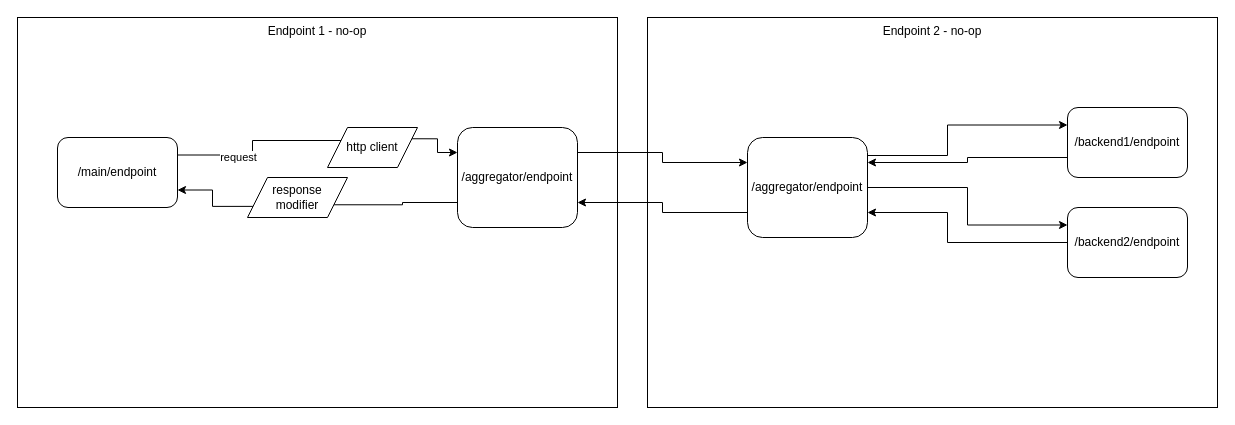
mldedalus/diagrams keeps this draw.io diagram as general/Untitled Diagram.drawio. Above is the earlier version. Source tidied: cells renumbered, new cells numbered last; positions are measured from the earlier drawing's top-left corner, leaving out a move shared by most shapes. Both pictures are drawn from the tidied source at 100%, with x=0, y=0 at pixel (17, 17).
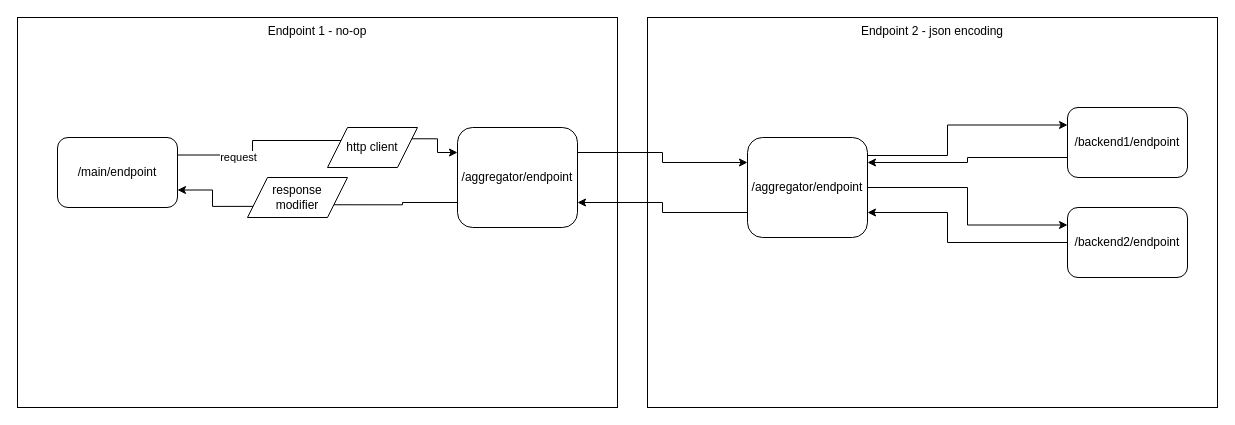
The same page after the edit.

What changed in the source:
```diff
@@
-    <mxCell id="7" value="Endpoint 2 - no-op" style="rounded=0;whiteSpace=wrap;html=1;verticalAlign=top;" parent="1" vertex="1">
+    <mxCell id="7" value="Endpoint 2 - json encoding" style="rounded=0;whiteSpace=wrap;html=1;verticalAlign=top;" parent="1" vertex="1">
       <mxGeometry x="630" width="570" height="390" as="geometry" />
     </mxCell>
```
